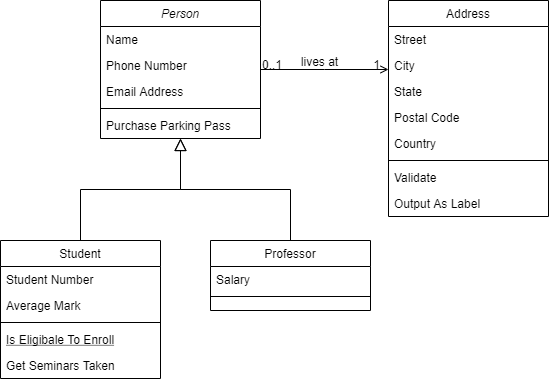
Before: Project2ClassDiagram.png, a diagram exported from draw.io (DavidTaeHa/Payroll-Processing). Source tidied: cells renumbered, new cells last; positions are measured from the earlier drawing's top-left corner, leaving out a move shared by most shapes.
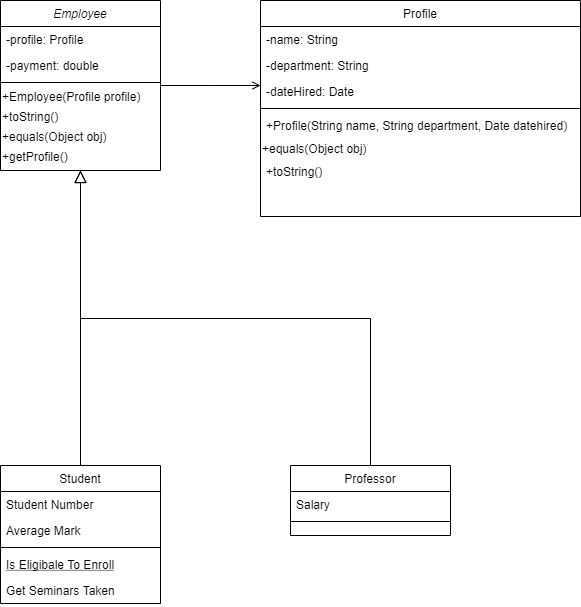
The same diagram one commit later.

The edit, as a diff of the source:
```diff
@@ -2,26 +2,32 @@
   <root>
     <mxCell id="0" />
     <mxCell id="1" parent="0" />
-    <mxCell id="2" value="Person" style="swimlane;fontStyle=2;align=center;verticalAlign=top;horizontal=1;startSize=26;rounded=0;shadow=0;strokeWidth=1;" parent="1" vertex="1">
-      <mxGeometry x="100" width="160" height="138" as="geometry" />
+    <mxCell id="2" value="Employee" style="swimlane;fontStyle=2;align=center;verticalAlign=top;horizontal=1;startSize=26;rounded=0;shadow=0;strokeWidth=1;" parent="1" vertex="1">
+      <mxGeometry x="-50" width="160" height="170" as="geometry" />
     </mxCell>
-    <mxCell id="3" value="Name" style="text;align=left;verticalAlign=top;spacingLeft=4;spacingRight=4;overflow=hidden;" parent="2" vertex="1">
+    <mxCell id="3" value="-profile: Profile" style="text;align=left;verticalAlign=top;spacingLeft=4;spacingRight=4;overflow=hidden;" parent="2" vertex="1">
       <mxGeometry y="26" width="160" height="26" as="geometry" />
     </mxCell>
-    <mxCell id="4" value="Phone Number" style="text;align=left;verticalAlign=top;spacingLeft=4;spacingRight=4;overflow=hidden;rounded=0;shadow=0;html=0;" parent="2" vertex="1">
-      <mxGeometry y="52" width="160" height="26" as="geometry" />
-    </mxCell>
-    <mxCell id="5" value="Email Address" style="text;align=left;verticalAlign=top;spacingLeft=4;spacingRight=4;overflow=hidden;rounded=0;shadow=0;html=0;" parent="2" vertex="1">
-      <mxGeometry y="78" width="160" height="26" as="geometry" />
+    <mxCell id="5" value="-payment: double" style="text;align=left;verticalAlign=top;spacingLeft=4;spacingRight=4;overflow=hidden;rounded=0;shadow=0;html=0;" parent="2" vertex="1">
+      <mxGeometry y="52" width="160" height="26" as="geometry" />
     </mxCell>
     <mxCell id="6" style="line;html=1;strokeWidth=1;align=left;verticalAlign=middle;spacingTop=-1;spacingLeft=3;spacingRight=3;labelPosition=right;" parent="2" vertex="1">
-      <mxGeometry y="104" width="160" height="8" as="geometry" />
+      <mxGeometry y="78" width="160" height="8" as="geometry" />
     </mxCell>
-    <mxCell id="7" value="Purchase Parking Pass" style="text;align=left;verticalAlign=top;spacingLeft=4;spacingRight=4;overflow=hidden;" parent="2" vertex="1">
-      <mxGeometry y="112" width="160" height="26" as="geometry" />
-    </mxCell>
+    <mxCell id="32" value="+Employee(Profile profile)" style="text;html=1;align=left;verticalAlign=middle;" parent="2" vertex="1">
+      <mxGeometry y="86" width="160" height="20" as="geometry" />
+    </mxCell>
+    <mxCell id="33" value="+toString()" style="text;html=1;align=left;verticalAlign=middle;" parent="2" vertex="1">
+      <mxGeometry y="106" width="160" height="20" as="geometry" />
+    </mxCell>
+    <mxCell id="34" value="+equals(Object obj)" style="text;html=1;align=left;verticalAlign=middle;" parent="2" vertex="1">
+      <mxGeometry y="126" width="160" height="20" as="geometry" />
+    </mxCell>
+    <mxCell id="35" value="+getProfile()" style="text;html=1;align=left;verticalAlign=middle;" parent="2" vertex="1">
+      <mxGeometry y="146" width="160" height="20" as="geometry" />
+    </mxCell>
     <mxCell id="8" value="Student" style="swimlane;fontStyle=0;align=center;verticalAlign=top;horizontal=1;startSize=26;rounded=0;shadow=0;strokeWidth=1;" parent="1" vertex="1">
-      <mxGeometry y="240" width="160" height="138" as="geometry" />
+      <mxGeometry x="-50" y="465" width="160" height="138" as="geometry" />
     </mxCell>
     <mxCell id="9" value="Student Number" style="text;align=left;verticalAlign=top;spacingLeft=4;spacingRight=4;overflow=hidden;" parent="8" vertex="1">
       <mxGeometry y="26" width="160" height="26" as="geometry" />
@@ -42,7 +48,7 @@
       <mxGeometry relative="1" as="geometry" />
     </mxCell>
     <mxCell id="15" value="Professor" style="swimlane;fontStyle=0;align=center;verticalAlign=top;horizontal=1;startSize=26;rounded=0;shadow=0;strokeWidth=1;" parent="1" vertex="1">
-      <mxGeometry x="210" y="240" width="160" height="70" as="geometry" />
+      <mxGeometry x="240" y="465" width="160" height="70" as="geometry" />
     </mxCell>
     <mxCell id="16" value="Salary" style="text;align=left;verticalAlign=top;spacingLeft=4;spacingRight=4;overflow=hidden;" parent="15" vertex="1">
       <mxGeometry y="26" width="160" height="26" as="geometry" />
@@ -53,52 +59,34 @@
     <mxCell id="18" style="endArrow=block;endSize=10;endFill=0;shadow=0;strokeWidth=1;rounded=0;edgeStyle=elbowEdgeStyle;elbow=vertical;" parent="1" edge="1" source="15" target="2">
       <mxGeometry relative="1" as="geometry" />
     </mxCell>
-    <mxCell id="19" value="Address" style="swimlane;fontStyle=0;align=center;verticalAlign=top;horizontal=1;startSize=26;rounded=0;shadow=0;strokeWidth=1;" parent="1" vertex="1">
-      <mxGeometry x="388" width="160" height="216" as="geometry" />
+    <mxCell id="19" value="Profile" style="swimlane;fontStyle=0;align=center;verticalAlign=top;horizontal=1;startSize=26;rounded=0;shadow=0;strokeWidth=1;" parent="1" vertex="1">
+      <mxGeometry x="210" width="320" height="216" as="geometry" />
     </mxCell>
-    <mxCell id="20" value="Street" style="text;align=left;verticalAlign=top;spacingLeft=4;spacingRight=4;overflow=hidden;" parent="19" vertex="1">
-      <mxGeometry y="26" width="160" height="26" as="geometry" />
+    <mxCell id="20" value="-name: String" style="text;align=left;verticalAlign=top;spacingLeft=4;spacingRight=4;overflow=hidden;" parent="19" vertex="1">
+      <mxGeometry y="26" width="320" height="26" as="geometry" />
     </mxCell>
-    <mxCell id="21" value="City" style="text;align=left;verticalAlign=top;spacingLeft=4;spacingRight=4;overflow=hidden;rounded=0;shadow=0;html=0;" parent="19" vertex="1">
-      <mxGeometry y="52" width="160" height="26" as="geometry" />
+    <mxCell id="21" value="-department: String" style="text;align=left;verticalAlign=top;spacingLeft=4;spacingRight=4;overflow=hidden;rounded=0;shadow=0;html=0;" parent="19" vertex="1">
+      <mxGeometry y="52" width="320" height="26" as="geometry" />
     </mxCell>
-    <mxCell id="22" value="State" style="text;align=left;verticalAlign=top;spacingLeft=4;spacingRight=4;overflow=hidden;rounded=0;shadow=0;html=0;" parent="19" vertex="1">
-      <mxGeometry y="78" width="160" height="26" as="geometry" />
+    <mxCell id="22" value="-dateHired: Date" style="text;align=left;verticalAlign=top;spacingLeft=4;spacingRight=4;overflow=hidden;rounded=0;shadow=0;html=0;" parent="19" vertex="1">
+      <mxGeometry y="78" width="320" height="26" as="geometry" />
     </mxCell>
-    <mxCell id="23" value="Postal Code" style="text;align=left;verticalAlign=top;spacingLeft=4;spacingRight=4;overflow=hidden;rounded=0;shadow=0;html=0;" parent="19" vertex="1">
-      <mxGeometry y="104" width="160" height="26" as="geometry" />
-    </mxCell>
-    <mxCell id="24" value="Country" style="text;align=left;verticalAlign=top;spacingLeft=4;spacingRight=4;overflow=hidden;rounded=0;shadow=0;html=0;" parent="19" vertex="1">
-      <mxGeometry y="130" width="160" height="26" as="geometry" />
-    </mxCell>
     <mxCell id="25" style="line;html=1;strokeWidth=1;align=left;verticalAlign=middle;spacingTop=-1;spacingLeft=3;spacingRight=3;labelPosition=right;" parent="19" vertex="1">
-      <mxGeometry y="156" width="160" height="8" as="geometry" />
+      <mxGeometry y="104" width="320" height="8" as="geometry" />
     </mxCell>
-    <mxCell id="26" value="Validate" style="text;align=left;verticalAlign=top;spacingLeft=4;spacingRight=4;overflow=hidden;" parent="19" vertex="1">
-      <mxGeometry y="164" width="160" height="26" as="geometry" />
+    <mxCell id="26" value="+Profile(String name, String department, Date datehired)" style="text;align=left;verticalAlign=middle;spacingLeft=4;spacingRight=4;overflow=hidden;" parent="19" vertex="1">
+      <mxGeometry y="112" width="320" height="26" as="geometry" />
     </mxCell>
+    <mxCell id="36" value="+equals(Object obj)" style="text;html=1;align=left;verticalAlign=middle;" parent="19" vertex="1">
+      <mxGeometry y="138" width="320" height="20" as="geometry" />
+    </mxCell>
-    <mxCell id="27" value="Output As Label" style="text;align=left;verticalAlign=top;spacingLeft=4;spacingRight=4;overflow=hidden;" parent="19" vertex="1">
-      <mxGeometry y="190" width="160" height="26" as="geometry" />
+    <mxCell id="27" value="+toString()" style="text;align=left;verticalAlign=middle;spacingLeft=4;spacingRight=4;overflow=hidden;" parent="19" vertex="1">
+      <mxGeometry y="158" width="320" height="26" as="geometry" />
     </mxCell>
     <mxCell id="28" style="endArrow=open;shadow=0;strokeWidth=1;rounded=0;endFill=1;edgeStyle=elbowEdgeStyle;elbow=vertical;" parent="1" edge="1" source="2" target="19">
       <mxGeometry x="0.5" y="41" relative="1" as="geometry">
         <mxPoint x="-40" y="32" as="offset" />
       </mxGeometry>
     </mxCell>
-    <mxCell id="29" value="0..1" style="align=left;verticalAlign=bottom;labelBackgroundColor=none;fontSize=12;" parent="28" vertex="1">
-      <mxGeometry x="-1" relative="1" as="geometry">
-        <mxPoint y="4" as="offset" />
-      </mxGeometry>
-    </mxCell>
-    <mxCell id="30" value="1" style="align=right;verticalAlign=bottom;labelBackgroundColor=none;fontSize=12;" parent="28" vertex="1">
-      <mxGeometry x="1" relative="1" as="geometry">
-        <mxPoint x="-7" y="4" as="offset" />
-      </mxGeometry>
-    </mxCell>
-    <mxCell id="31" value="lives at" style="text;html=1;align=center;verticalAlign=middle;labelBackgroundColor=none;rounded=0;shadow=0;strokeWidth=1;fontSize=12;" parent="28" vertex="1">
-      <mxGeometry x="0.5" y="49" relative="1" as="geometry">
-        <mxPoint x="-38" y="40" as="offset" />
-      </mxGeometry>
-    </mxCell>
   </root>
 </mxGraphModel>
```
